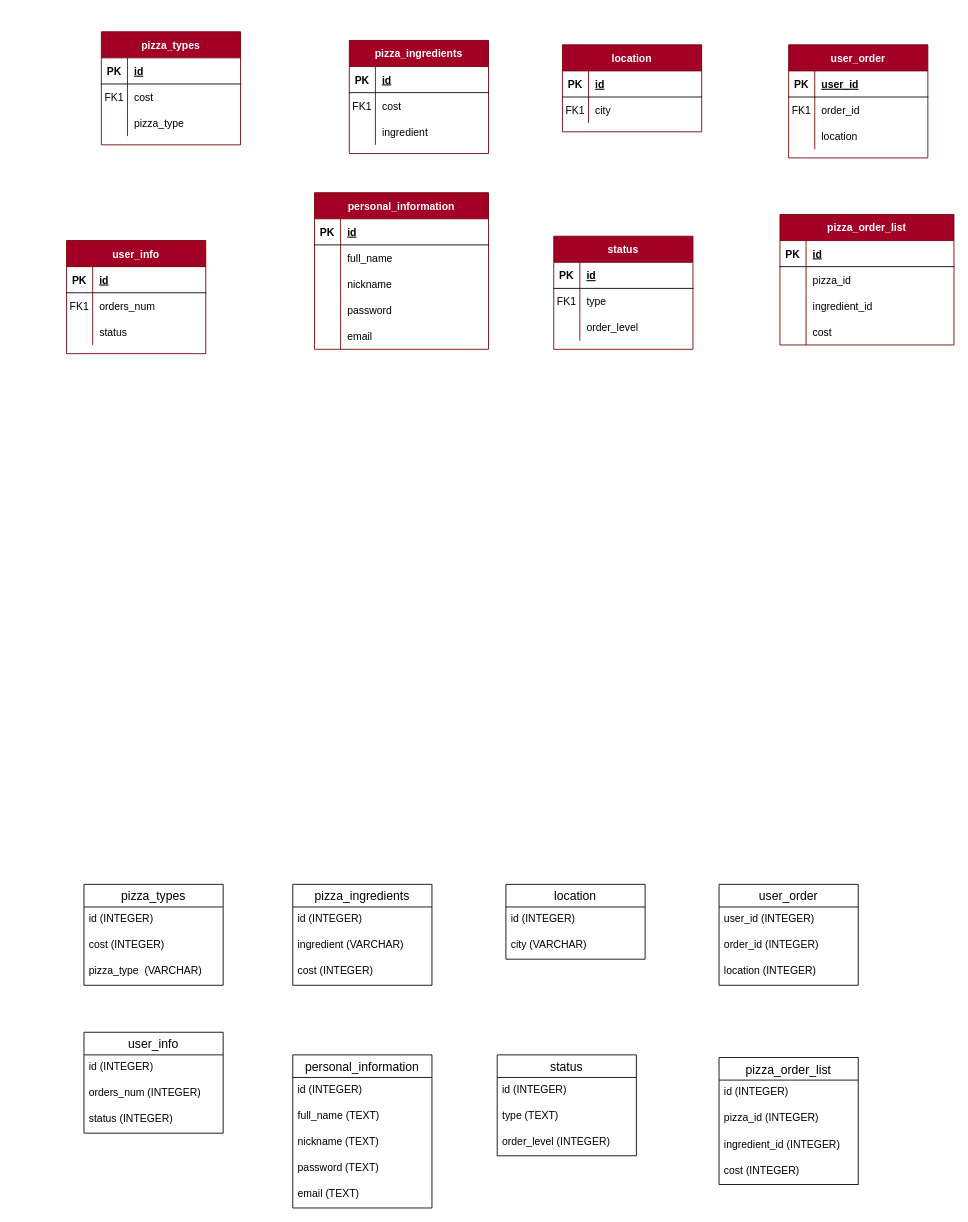
Above: Untitled Diagram.drawio in RZhaniya/midterm_project (draw.io), before the change. Source tidied: cells renumbered, new cells numbered last; positions are measured from the earlier drawing's top-left corner, leaving out a move shared by most shapes. Both pictures are drawn from the tidied source at 87%, with x=0, y=0 at pixel (66, 31).
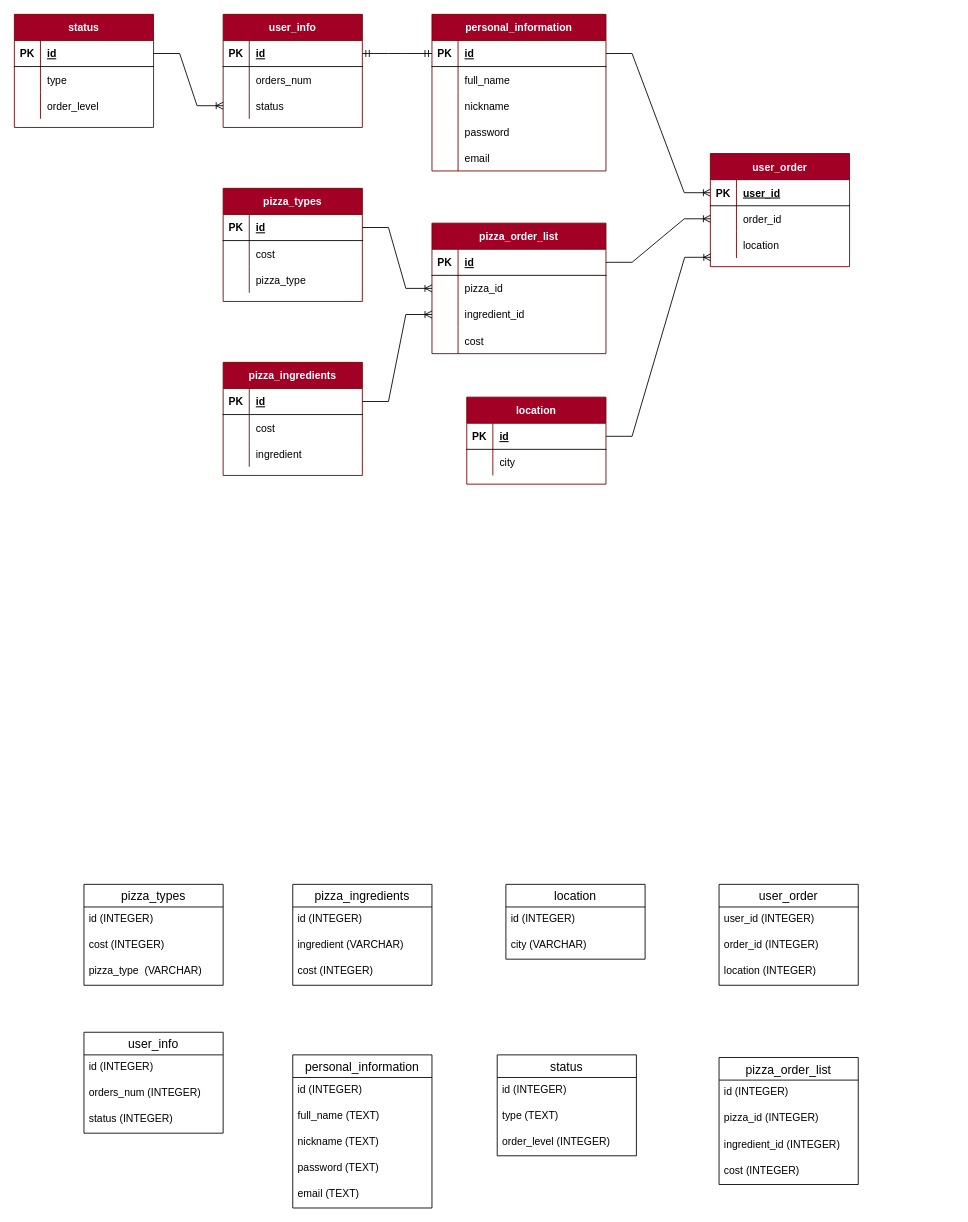
The same page after the edit.

Unchanged cells that the change refers to:
```xml
<mxCell id="3" style="shape=partialRectangle;fillColor=none;points=[[0,0.5],[1,0.5]];portConstraint=eastwest;top=0;left=0;right=0;bottom=1;" parent="2" vertex="1">
  <mxGeometry y="30" width="160" height="30" as="geometry" />
</mxCell>
<mxCell id="6" style="shape=partialRectangle;fillColor=none;top=0;left=0;right=0;bottom=0;" parent="2" vertex="1">
  <mxGeometry y="60" width="160" height="30" as="geometry" />
</mxCell>
<mxCell id="13" style="shape=partialRectangle;fillColor=none;points=[[0,0.5],[1,0.5]];portConstraint=eastwest;top=0;left=0;right=0;bottom=1;" parent="12" vertex="1">
  <mxGeometry y="30" width="160" height="30" as="geometry" />
</mxCell>
<mxCell id="16" style="shape=partialRectangle;fillColor=none;top=0;left=0;right=0;bottom=0;" parent="12" vertex="1">
  <mxGeometry y="60" width="160" height="30" as="geometry" />
</mxCell>
<mxCell id="23" style="shape=partialRectangle;fillColor=none;points=[[0,0.5],[1,0.5]];portConstraint=eastwest;top=0;left=0;right=0;bottom=1;" parent="22" vertex="1">
  <mxGeometry y="30" width="200" height="30" as="geometry" />
</mxCell>
<mxCell id="39" style="shape=partialRectangle;fillColor=none;points=[[0,0.5],[1,0.5]];portConstraint=eastwest;top=0;left=0;right=0;bottom=1;" parent="38" vertex="1">
  <mxGeometry y="30" width="200" height="30" as="geometry" />
</mxCell>
<mxCell id="42" style="shape=partialRectangle;fillColor=none;points=[[0,0.5],[1,0.5]];portConstraint=eastwest;top=0;left=0;right=0;bottom=0;" parent="38" vertex="1">
  <mxGeometry y="60" width="200" height="30" as="geometry" />
</mxCell>
<mxCell id="45" style="shape=partialRectangle;fillColor=none;points=[[0,0.5],[1,0.5]];portConstraint=eastwest;top=0;left=0;right=0;bottom=0;" parent="38" vertex="1">
  <mxGeometry y="90" width="200" height="30" as="geometry" />
</mxCell>
<mxCell id="52" style="shape=partialRectangle;fillColor=none;points=[[0,0.5],[1,0.5]];portConstraint=eastwest;top=0;left=0;right=0;bottom=1;" parent="51" vertex="1">
  <mxGeometry y="30" width="160" height="30" as="geometry" />
</mxCell>
<mxCell id="55" style="shape=partialRectangle;fillColor=none;top=0;left=0;right=0;bottom=0;" parent="51" vertex="1">
  <mxGeometry y="60" width="160" height="30" as="geometry" />
</mxCell>
<mxCell id="59" style="shape=partialRectangle;fillColor=none;points=[[0,0.5],[1,0.5]];portConstraint=eastwest;top=0;left=0;right=0;bottom=1;" parent="58" vertex="1">
  <mxGeometry y="30" width="160" height="30" as="geometry" />
</mxCell>
<mxCell id="62" style="shape=partialRectangle;fillColor=none;top=0;left=0;right=0;bottom=0;" parent="58" vertex="1">
  <mxGeometry y="60" width="160" height="30" as="geometry" />
</mxCell>
<mxCell id="69" style="shape=partialRectangle;fillColor=none;points=[[0,0.5],[1,0.5]];portConstraint=eastwest;top=0;left=0;right=0;bottom=1;" parent="68" vertex="1">
  <mxGeometry y="30" width="160" height="30" as="geometry" />
</mxCell>
<mxCell id="72" style="shape=partialRectangle;fillColor=none;points=[[0,0.5],[1,0.5]];portConstraint=eastwest;top=0;left=0;right=0;bottom=0;" parent="68" vertex="1">
  <mxGeometry y="60" width="160" height="30" as="geometry" />
</mxCell>
<mxCell id="75" style="shape=partialRectangle;fillColor=none;points=[[0,0.5],[1,0.5]];portConstraint=eastwest;top=0;left=0;right=0;bottom=0;" parent="68" vertex="1">
  <mxGeometry y="90" width="160" height="30" as="geometry" />
</mxCell>
<mxCell id="79" style="shape=partialRectangle;fillColor=none;points=[[0,0.5],[1,0.5]];portConstraint=eastwest;top=0;left=0;right=0;bottom=1;" parent="78" vertex="1">
  <mxGeometry y="30" width="160" height="30" as="geometry" />
</mxCell>
<mxCell id="82" style="shape=partialRectangle;fillColor=none;top=0;left=0;right=0;bottom=0;" parent="78" vertex="1">
  <mxGeometry y="60" width="160" height="30" as="geometry" />
</mxCell>
<mxCell id="85" style="shape=partialRectangle;fillColor=none;points=[[0,0.5],[1,0.5]];portConstraint=eastwest;top=0;left=0;right=0;bottom=0;" parent="78" vertex="1">
  <mxGeometry y="90" width="160" height="30" as="geometry" />
</mxCell>
```

What changed in the source:
```diff
@@
+    <mxCell id="122" style="edgeStyle=entityRelationEdgeStyle;fontSize=12;html=1;endArrow=ERoneToMany;rounded=0;entryX=0;entryY=0.5;entryDx=0;entryDy=0;exitX=1;exitY=0.5;exitDx=0;exitDy=0;" parent="1" edge="1" source="23" target="69">
+      <mxGeometry relative="1" as="geometry" />
+    </mxCell>
     <mxCell id="2" value="pizza_types" style="shape=table;startSize=30;childLayout=tableLayout;rowLines=0;fontStyle=1;align=center;fillColor=#a20025;strokeColor=#6F0000;fontColor=#ffffff;" parent="1" vertex="1">
-      <mxGeometry x="40" width="160" height="130" as="geometry" />
+      <mxGeometry x="180" y="180" width="160" height="130" as="geometry" />
     </mxCell>
@@
-    <mxCell id="7" value="FK1" style="shape=partialRectangle;overflow=hidden;fillColor=none;top=0;left=0;bottom=0;right=0;" parent="6" vertex="1">
+    <mxCell id="7" style="shape=partialRectangle;overflow=hidden;fillColor=none;top=0;left=0;bottom=0;right=0;" parent="6" vertex="1">
       <mxGeometry width="30" height="30" as="geometry" />
     </mxCell>
@@
     <mxCell id="12" value="pizza_ingredients" style="shape=table;startSize=30;childLayout=tableLayout;rowLines=0;fontStyle=1;align=center;fillColor=#a20025;fontColor=#ffffff;strokeColor=#6F0000;" parent="1" vertex="1">
-      <mxGeometry x="325" y="10" width="160" height="130" as="geometry" />
+      <mxGeometry x="180" y="380" width="160" height="130" as="geometry" />
     </mxCell>
@@
-    <mxCell id="17" value="FK1" style="shape=partialRectangle;overflow=hidden;fillColor=none;top=0;left=0;bottom=0;right=0;" parent="16" vertex="1">
+    <mxCell id="17" style="shape=partialRectangle;overflow=hidden;fillColor=none;top=0;left=0;bottom=0;right=0;" parent="16" vertex="1">
       <mxGeometry width="30" height="30" as="geometry" />
     </mxCell>
@@
     <mxCell id="22" value="personal_information" style="shape=table;startSize=30;childLayout=tableLayout;rowLines=0;fontStyle=1;align=center;fillColor=#a20025;fontColor=#ffffff;strokeColor=#6F0000;" parent="1" vertex="1">
-      <mxGeometry x="285" y="185" width="200" height="180" as="geometry" />
+      <mxGeometry x="420" y="-20" width="200" height="180" as="geometry" />
     </mxCell>
@@
     <mxCell id="38" value="pizza_order_list" style="shape=table;startSize=30;childLayout=tableLayout;rowLines=0;fontStyle=1;align=center;fillColor=#a20025;fontColor=#ffffff;strokeColor=#6F0000;" parent="1" vertex="1">
-      <mxGeometry x="820" y="210" width="200" height="150" as="geometry" />
+      <mxGeometry x="420" y="220" width="200" height="150" as="geometry" />
     </mxCell>
@@
     <mxCell id="51" value="location" style="shape=table;startSize=30;childLayout=tableLayout;rowLines=0;fontStyle=1;align=center;fillColor=#a20025;fontColor=#ffffff;strokeColor=#6F0000;" parent="1" vertex="1">
-      <mxGeometry x="570" y="15" width="160" height="100" as="geometry" />
+      <mxGeometry x="460" y="420" width="160" height="100" as="geometry" />
     </mxCell>
@@
-    <mxCell id="56" value="FK1" style="shape=partialRectangle;overflow=hidden;fillColor=none;top=0;left=0;bottom=0;right=0;" parent="55" vertex="1">
+    <mxCell id="56" style="shape=partialRectangle;overflow=hidden;fillColor=none;top=0;left=0;bottom=0;right=0;" parent="55" vertex="1">
       <mxGeometry width="30" height="30" as="geometry" />
     </mxCell>
@@
     <mxCell id="58" value="status" style="shape=table;startSize=30;childLayout=tableLayout;rowLines=0;fontStyle=1;align=center;fillColor=#a20025;fontColor=#ffffff;strokeColor=#6F0000;" parent="1" vertex="1">
-      <mxGeometry x="560" y="235" width="160" height="130" as="geometry" />
+      <mxGeometry x="-60" y="-20" width="160" height="130" as="geometry" />
     </mxCell>
@@
-    <mxCell id="63" value="FK1" style="shape=partialRectangle;overflow=hidden;fillColor=none;top=0;left=0;bottom=0;right=0;" parent="62" vertex="1">
+    <mxCell id="63" style="shape=partialRectangle;overflow=hidden;fillColor=none;top=0;left=0;bottom=0;right=0;" parent="62" vertex="1">
       <mxGeometry width="30" height="30" as="geometry" />
     </mxCell>
@@
     <mxCell id="68" value="user_order" style="shape=table;startSize=30;childLayout=tableLayout;rowLines=0;fontStyle=1;align=center;fillColor=#a20025;fontColor=#ffffff;strokeColor=#6F0000;" parent="1" vertex="1">
-      <mxGeometry x="830" y="15" width="160" height="130" as="geometry" />
+      <mxGeometry x="740" y="140" width="160" height="130" as="geometry" />
     </mxCell>
@@
-    <mxCell id="73" value="FK1" style="shape=partialRectangle;overflow=hidden;fillColor=none;top=0;left=0;bottom=0;right=0;" parent="72" vertex="1">
+    <mxCell id="73" style="shape=partialRectangle;overflow=hidden;fillColor=none;top=0;left=0;bottom=0;right=0;" parent="72" vertex="1">
       <mxGeometry width="30" height="30" as="geometry" />
     </mxCell>
@@
     <mxCell id="78" value="user_info" style="shape=table;startSize=30;childLayout=tableLayout;rowLines=0;fontStyle=1;align=center;fillColor=#a20025;fontColor=#ffffff;strokeColor=#6F0000;" parent="1" vertex="1">
-      <mxGeometry y="240" width="160" height="130" as="geometry" />
+      <mxGeometry x="180" y="-20" width="160" height="130" as="geometry" />
     </mxCell>
@@
-    <mxCell id="83" value="FK1" style="shape=partialRectangle;overflow=hidden;fillColor=none;top=0;left=0;bottom=0;right=0;" parent="82" vertex="1">
+    <mxCell id="83" style="shape=partialRectangle;overflow=hidden;fillColor=none;top=0;left=0;bottom=0;right=0;" parent="82" vertex="1">
       <mxGeometry width="30" height="30" as="geometry" />
     </mxCell>
@@
+    <mxCell id="123" style="edgeStyle=entityRelationEdgeStyle;fontSize=12;html=1;endArrow=ERmandOne;startArrow=ERmandOne;rounded=0;entryX=0;entryY=0.5;entryDx=0;entryDy=0;exitX=1;exitY=0.5;exitDx=0;exitDy=0;" parent="1" edge="1" source="79" target="23">
+      <mxGeometry relative="1" as="geometry" />
+    </mxCell>
+    <mxCell id="124" style="edgeStyle=entityRelationEdgeStyle;fontSize=12;html=1;endArrow=ERoneToMany;rounded=0;entryX=0;entryY=0.5;entryDx=0;entryDy=0;exitX=1;exitY=0.5;exitDx=0;exitDy=0;" parent="1" edge="1" source="3" target="42">
+      <mxGeometry relative="1" as="geometry" />
+    </mxCell>
+    <mxCell id="125" style="edgeStyle=entityRelationEdgeStyle;fontSize=12;html=1;endArrow=ERoneToMany;rounded=0;entryX=0;entryY=0.5;entryDx=0;entryDy=0;exitX=1;exitY=0.5;exitDx=0;exitDy=0;" parent="1" edge="1" source="13" target="45">
+      <mxGeometry relative="1" as="geometry" />
+    </mxCell>
+    <mxCell id="126" style="edgeStyle=entityRelationEdgeStyle;fontSize=12;html=1;endArrow=ERoneToMany;rounded=0;exitX=1;exitY=0.5;exitDx=0;exitDy=0;entryX=0;entryY=0.5;entryDx=0;entryDy=0;" parent="1" edge="1" source="39" target="72">
+      <mxGeometry relative="1" as="geometry" />
+    </mxCell>
+    <mxCell id="127" style="edgeStyle=entityRelationEdgeStyle;fontSize=12;html=1;endArrow=ERoneToMany;rounded=0;exitX=1;exitY=0.5;exitDx=0;exitDy=0;entryX=0.003;entryY=0.975;entryDx=0;entryDy=0;entryPerimeter=0;" parent="1" edge="1" source="52" target="75">
+      <mxGeometry relative="1" as="geometry" />
+    </mxCell>
+    <mxCell id="128" style="edgeStyle=entityRelationEdgeStyle;fontSize=12;html=1;endArrow=ERoneToMany;rounded=0;exitX=1;exitY=0.5;exitDx=0;exitDy=0;entryX=0;entryY=0.5;entryDx=0;entryDy=0;" parent="1" edge="1" source="59" target="85">
+      <mxGeometry relative="1" as="geometry" />
+    </mxCell>
```
